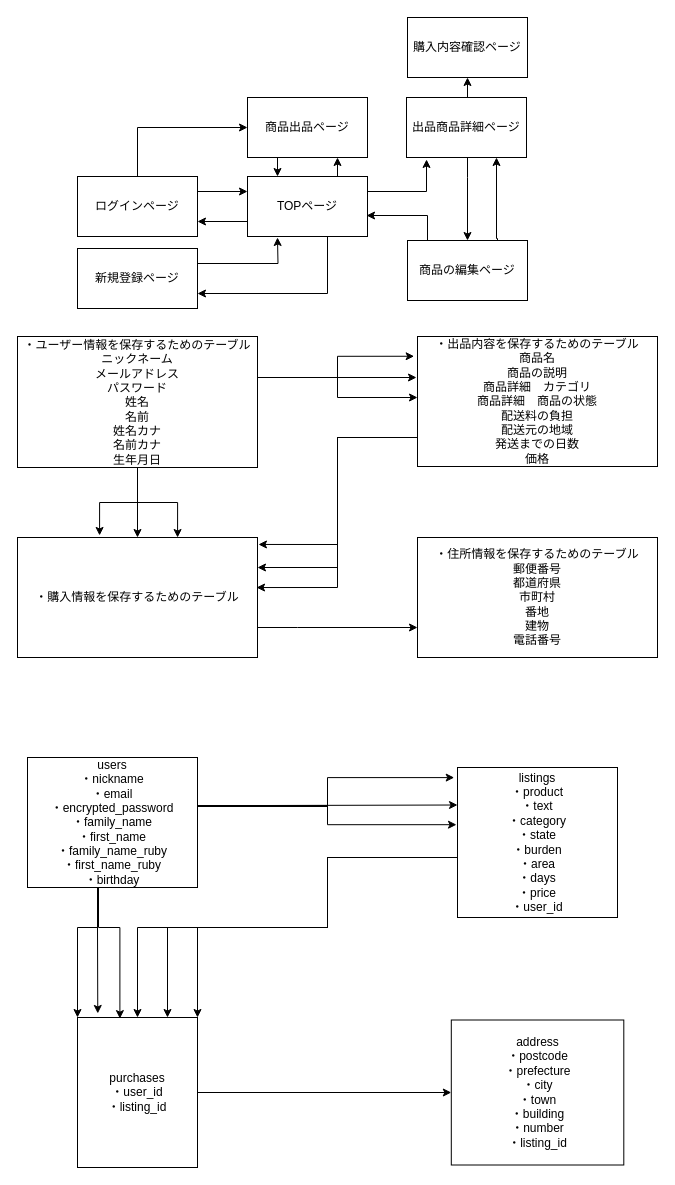
The draw.io diagram furima.dio in mizuki1305/furima-29614, before the edit. Source tidied: cells renumbered, new cells numbered last; positions are measured from the earlier drawing's top-left corner, leaving out a move shared by most shapes. Both pictures are drawn from the tidied source at 100%, with x=0, y=0 at pixel (17, 17).
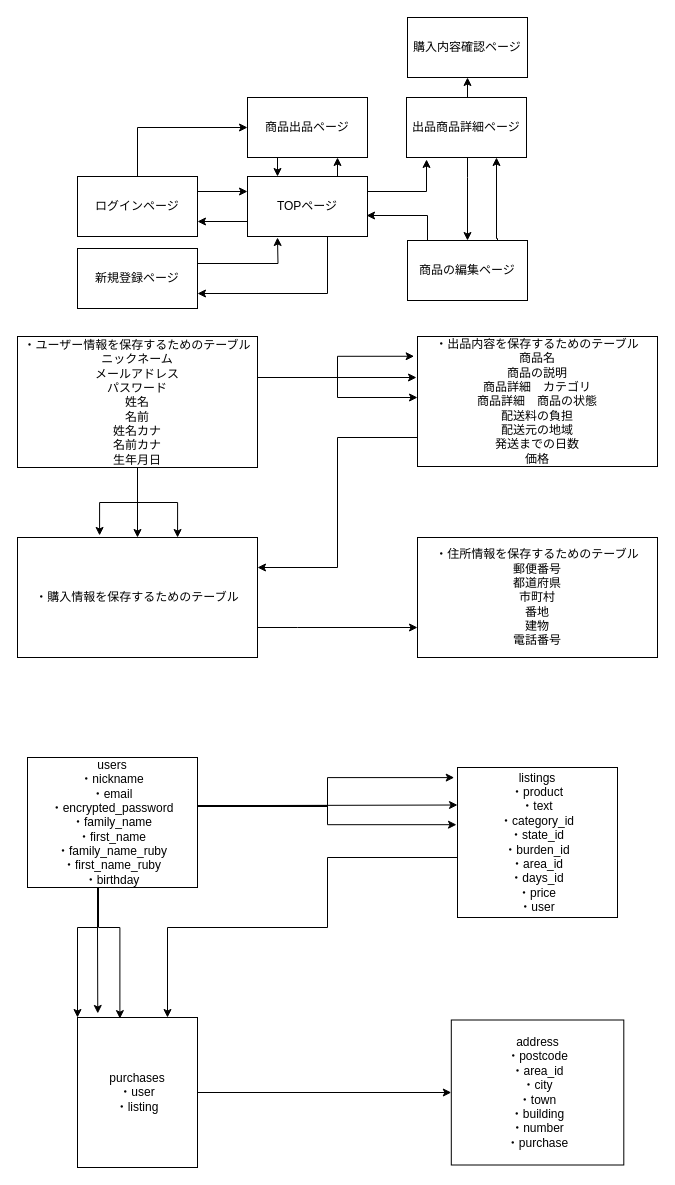
Above is the later version.

Commit message (it also covers changes not shown here):
テーブル設計（修正5）

Unchanged cells that the change refers to:
```xml
<mxCell id="31" value="・出品内容を保存するためのテーブル&lt;br&gt;商品名&lt;br&gt;商品の説明&lt;br&gt;商品詳細　カテゴリ&lt;br&gt;商品詳細　商品の状態&lt;br&gt;配送料の負担&lt;br&gt;配送元の地域&lt;br&gt;発送までの日数&lt;br&gt;価格" style="whiteSpace=wrap;html=1;" parent="1" vertex="1">
  <mxGeometry x="400" y="319" width="240" height="130" as="geometry" />
</mxCell>
<mxCell id="33" value="・購入情報を保存するためのテーブル" style="whiteSpace=wrap;html=1;" parent="1" vertex="1">
  <mxGeometry y="520" width="240" height="120" as="geometry" />
</mxCell>
```

Diff of the diagram source:
```diff
@@
-    <mxCell id="29" style="edgeStyle=orthogonalEdgeStyle;rounded=0;jettySize=auto;html=1;entryX=1.004;entryY=0.058;entryDx=0;entryDy=0;entryPerimeter=0;" parent="1" edge="1" source="31" target="33">
-      <mxGeometry relative="1" as="geometry">
-        <Array as="points">
-          <mxPoint x="320" y="420" />
-          <mxPoint x="320" y="527" />
-        </Array>
-      </mxGeometry>
-    </mxCell>
-    <mxCell id="30" style="edgeStyle=orthogonalEdgeStyle;rounded=0;jettySize=auto;html=1;entryX=0.996;entryY=0.417;entryDx=0;entryDy=0;entryPerimeter=0;" parent="1" edge="1" source="31" target="33">
-      <mxGeometry relative="1" as="geometry">
-        <Array as="points">
-          <mxPoint x="320" y="420" />
-          <mxPoint x="320" y="570" />
-        </Array>
-      </mxGeometry>
-    </mxCell>
@@
-    <mxCell id="41" style="edgeStyle=orthogonalEdgeStyle;rounded=0;jettySize=auto;html=1;entryX=0.5;entryY=0;entryDx=0;entryDy=0;" parent="1" edge="1" source="44" target="46">
-      <mxGeometry relative="1" as="geometry">
-        <Array as="points">
-          <mxPoint x="310" y="840" />
-          <mxPoint x="310" y="910" />
-          <mxPoint x="120" y="910" />
-        </Array>
-      </mxGeometry>
-    </mxCell>
@@
-    <mxCell id="43" style="edgeStyle=orthogonalEdgeStyle;rounded=0;jettySize=auto;html=1;entryX=1;entryY=0;entryDx=0;entryDy=0;" parent="1" edge="1" source="44" target="46">
-      <mxGeometry relative="1" as="geometry">
-        <Array as="points">
-          <mxPoint x="310" y="840" />
-          <mxPoint x="310" y="910" />
-          <mxPoint x="180" y="910" />
-        </Array>
-      </mxGeometry>
-    </mxCell>
-    <mxCell id="44" value="listings&lt;br&gt;・product&lt;br&gt;・text&lt;br&gt;・category&lt;br&gt;・state&lt;br&gt;・burden&lt;br&gt;・area&lt;br&gt;・days&lt;br&gt;・price&lt;br&gt;・user_id" style="whiteSpace=wrap;html=1;" parent="1" vertex="1">
+    <mxCell id="44" value="listings&lt;br&gt;・product&lt;br&gt;・text&lt;br&gt;・category_id&lt;br&gt;・state_id&lt;br&gt;・burden_id&lt;br&gt;・area_id&lt;br&gt;・days_id&lt;br&gt;・price&lt;br&gt;・user" style="whiteSpace=wrap;html=1;" parent="1" vertex="1">
       <mxGeometry x="440" y="750" width="160" height="150" as="geometry" />
     </mxCell>
@@
-    <mxCell id="46" value="purchases&lt;br&gt;・user_id&lt;br&gt;・listing_id" style="whiteSpace=wrap;html=1;" parent="1" vertex="1">
+    <mxCell id="46" value="purchases&lt;br&gt;・user&lt;br&gt;・listing" style="whiteSpace=wrap;html=1;" parent="1" vertex="1">
       <mxGeometry x="60" y="1000" width="120" height="150" as="geometry" />
     </mxCell>
-    <mxCell id="47" value="address&lt;br&gt;・postcode&lt;br&gt;・prefecture&lt;br&gt;・city&lt;br&gt;・town&lt;br&gt;・building&lt;br&gt;・number&lt;br&gt;・listing_id" style="whiteSpace=wrap;html=1;" parent="1" vertex="1">
+    <mxCell id="47" value="address&lt;br&gt;・postcode&lt;br&gt;・area_id&lt;br&gt;・city&lt;br&gt;・town&lt;br&gt;・building&lt;br&gt;・number&lt;br&gt;・purchase" style="whiteSpace=wrap;html=1;" parent="1" vertex="1">
       <mxGeometry x="433.8" y="1002.5" width="172.5" height="145" as="geometry" />
     </mxCell>
```
